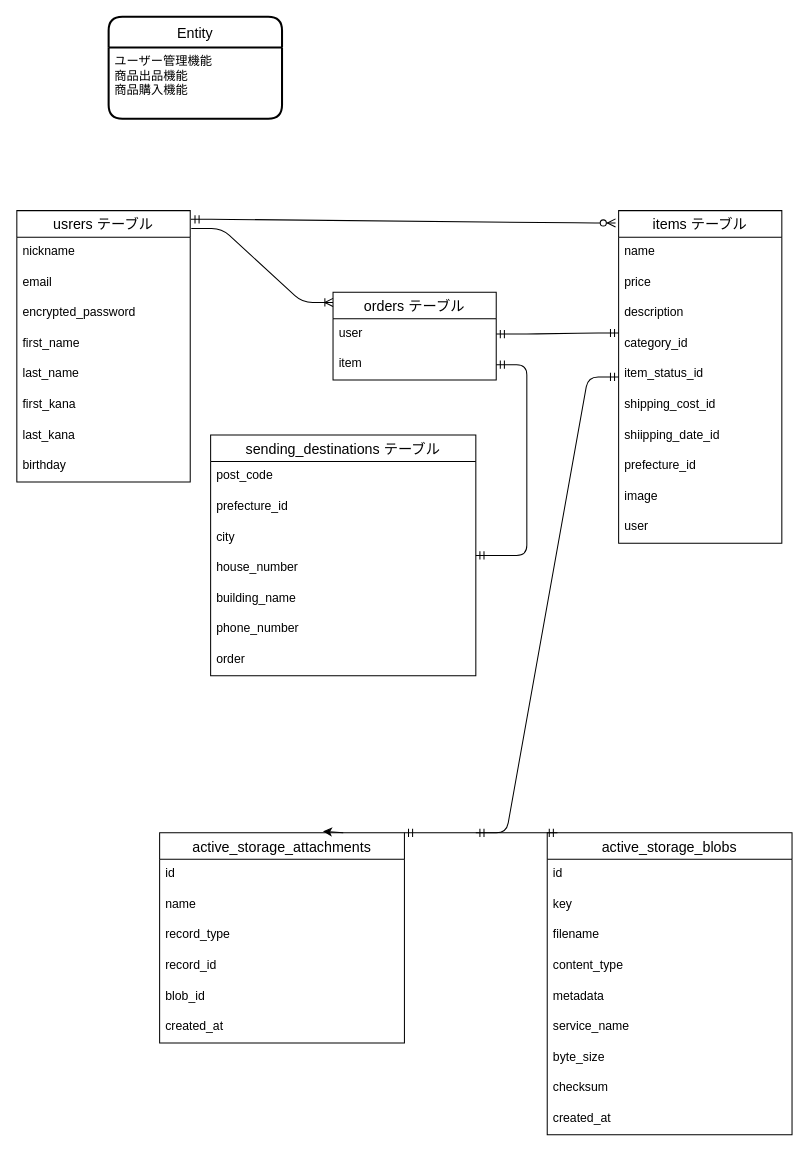
The draw.io diagram furima-40469.dio in jones-2earth/furima-40469, before the edit. Source tidied: cells renumbered, new cells numbered last; positions are measured from the earlier drawing's top-left corner, leaving out a move shared by most shapes. Both pictures are drawn from the tidied source at 102%, with x=0, y=0 at pixel (16, 16).
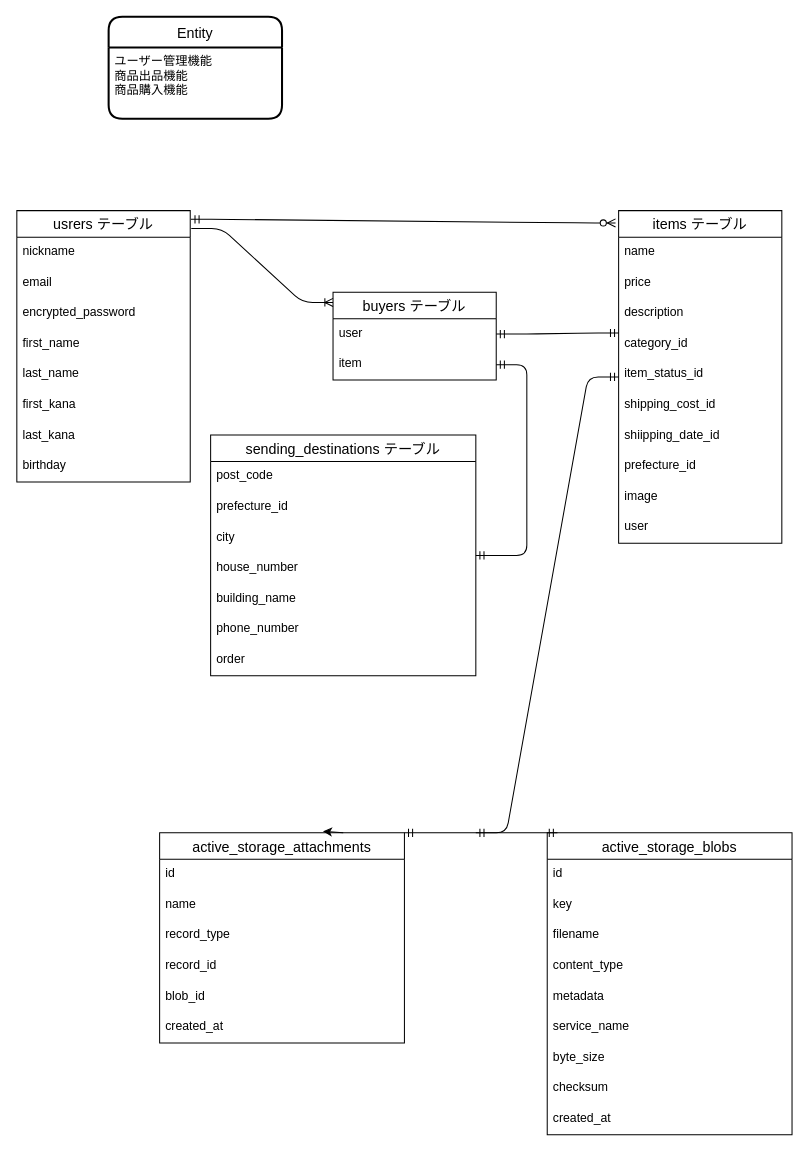
After the change.

The edit, as a diff of the source:
```diff
@@
-    <mxCell id="33" value="orders テーブル" style="swimlane;fontStyle=0;horizontal=1;startSize=26;align=center;fontSize=14;" parent="1" vertex="1">
+    <mxCell id="33" value="buyers テーブル" style="swimlane;fontStyle=0;horizontal=1;startSize=26;align=center;fontSize=14;" parent="1" vertex="1">
       <mxGeometry x="310" y="270" width="160" height="86" as="geometry" />
     </mxCell>
```
